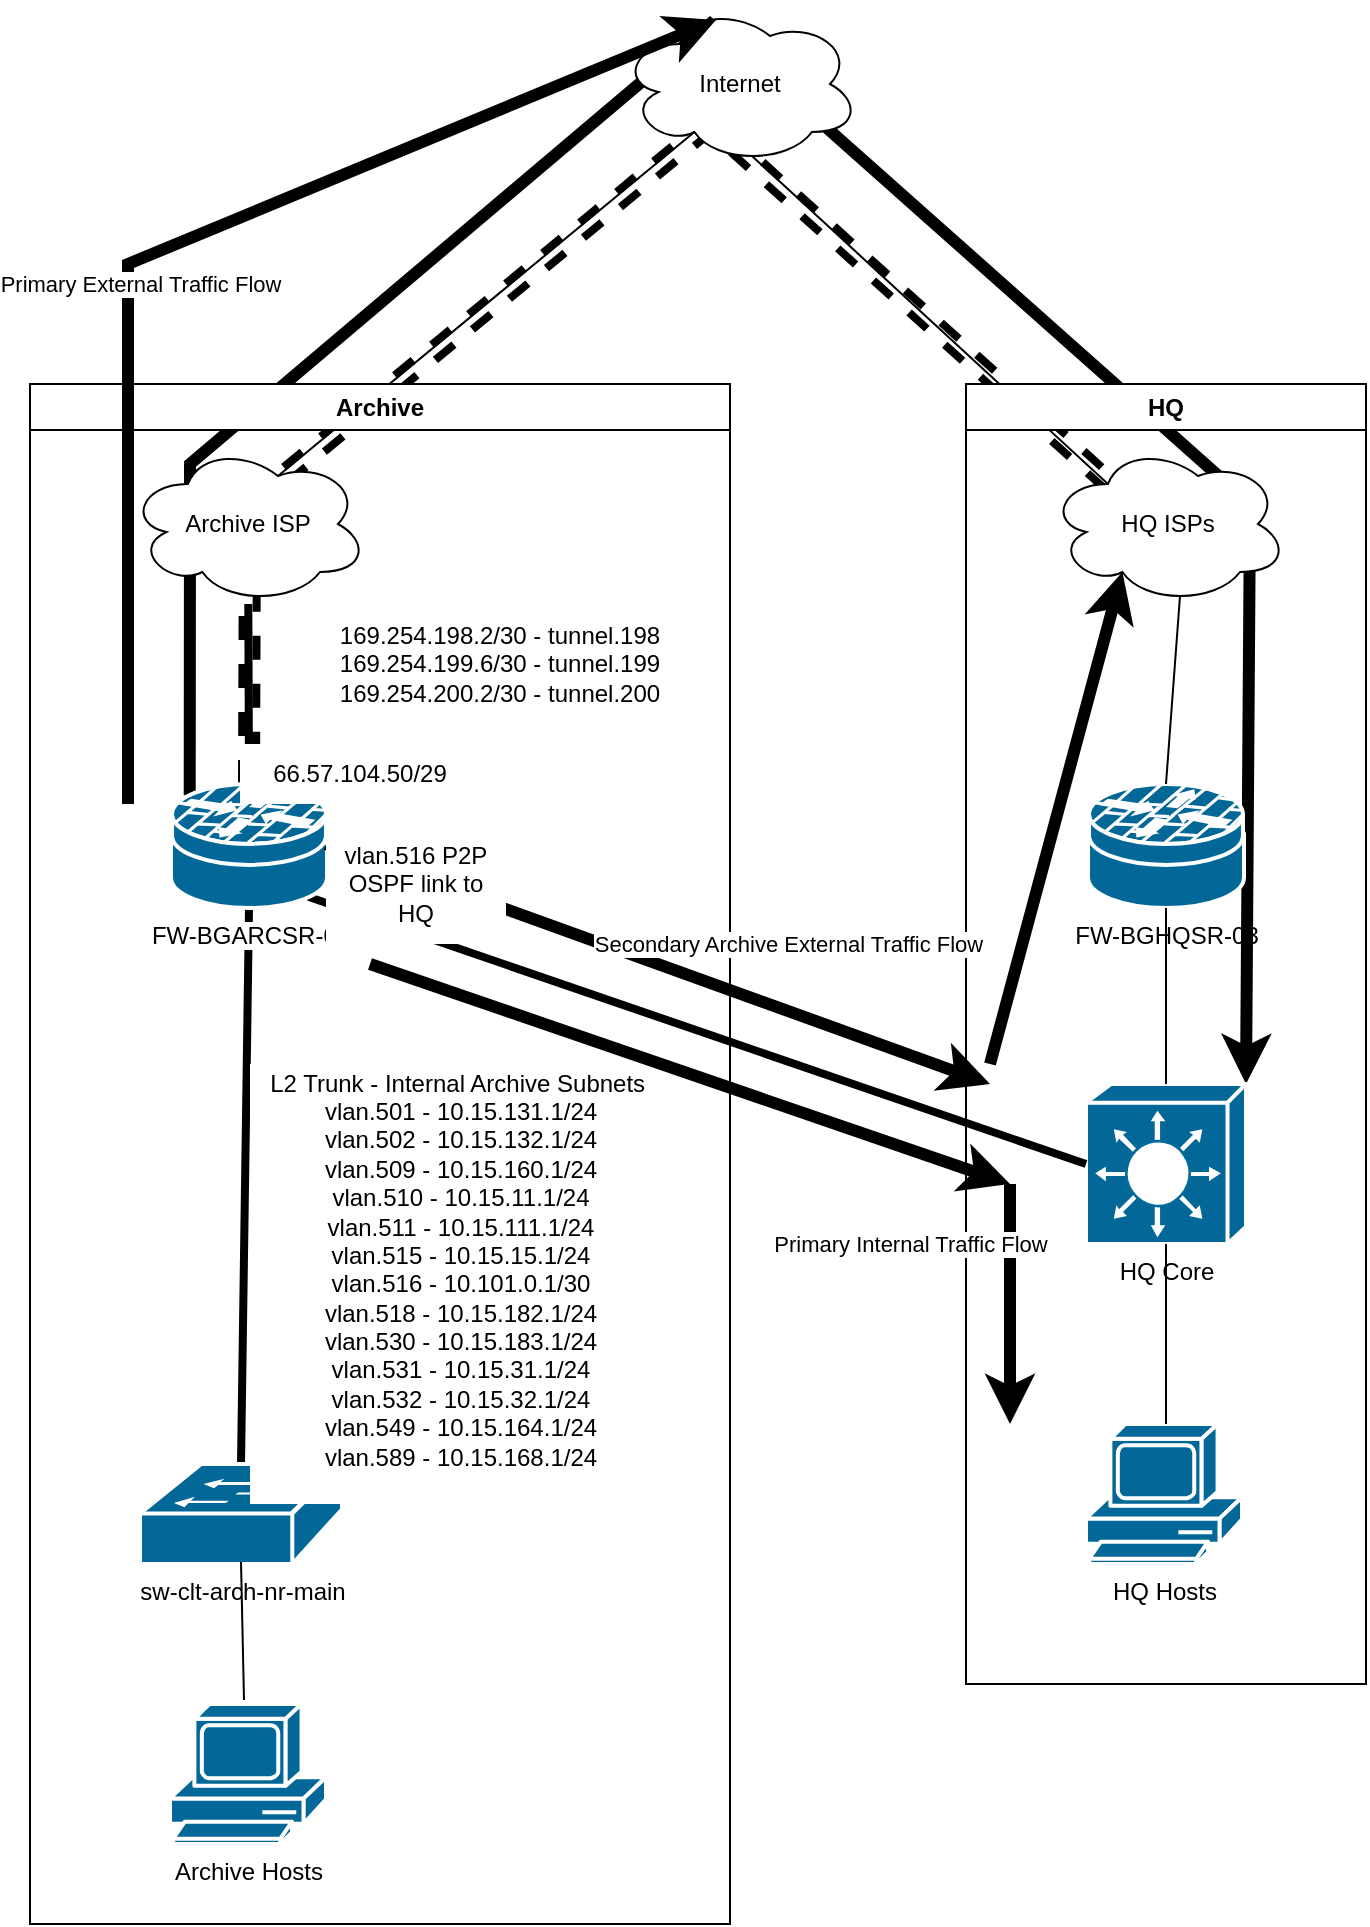
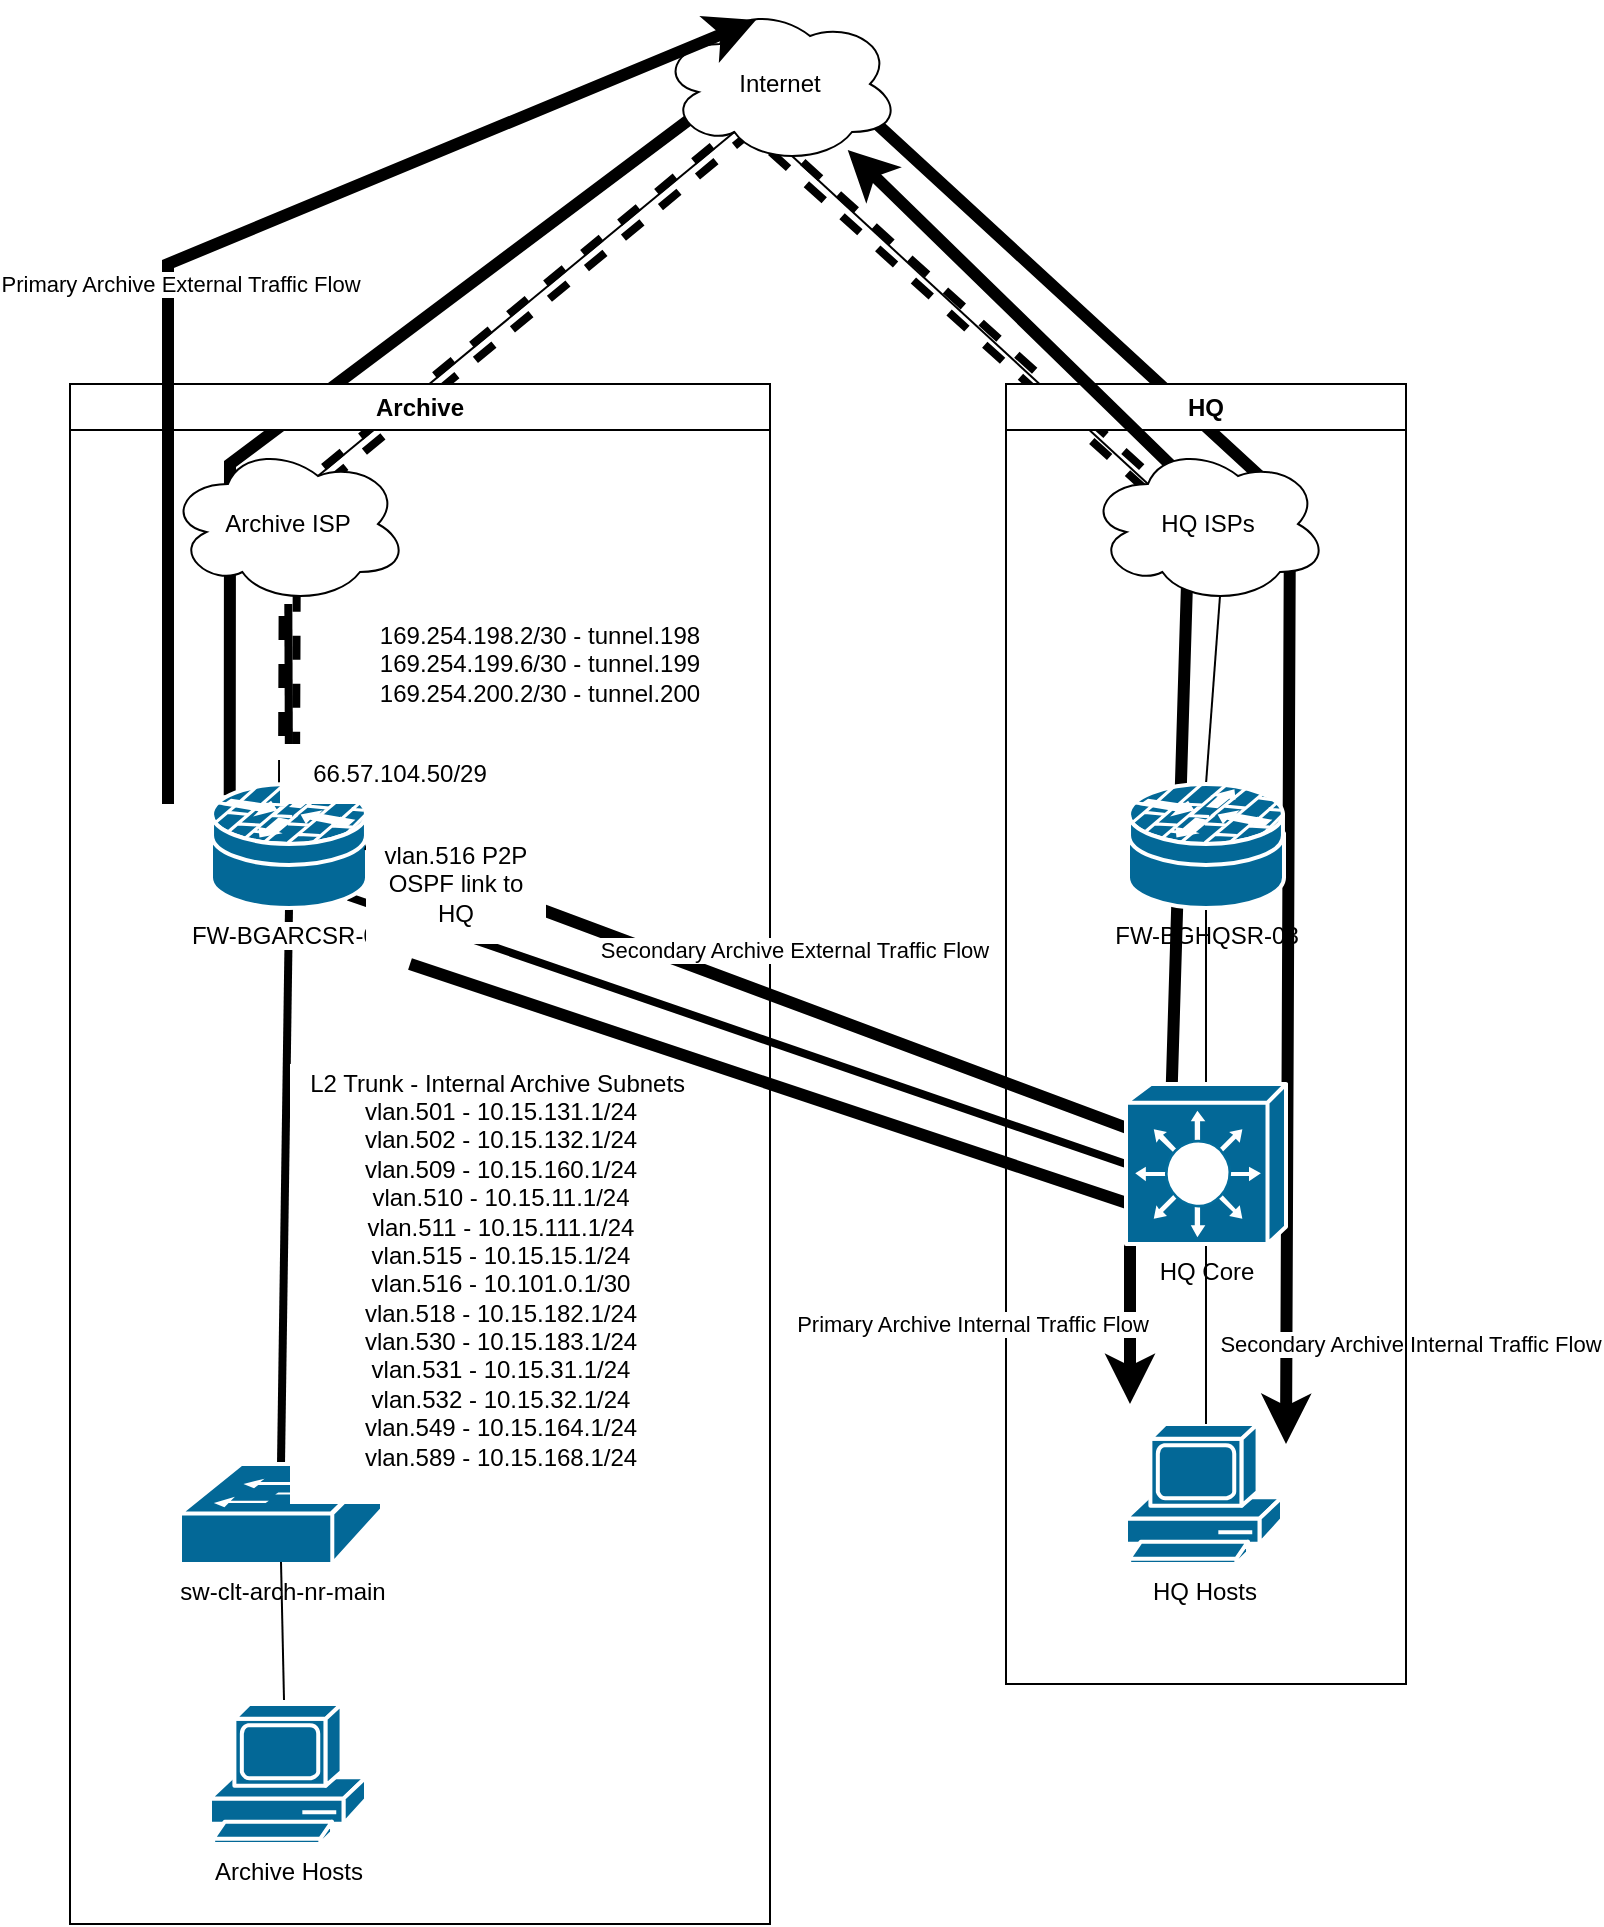
<mxfile host="app.diagrams.net">
  <diagram name="As-is" id="3v8Hhh0iNj7eJBUqvCCh">
    <mxGraphModel dx="1556" dy="810" grid="1" gridSize="10" guides="1" tooltips="1" connect="1" arrows="1" fold="1" page="1" pageScale="1" pageWidth="850" pageHeight="1100" math="0" shadow="0">
      <root>
        <mxCell id="0" />
        <mxCell id="1" parent="0" />
-         <mxCell id="VIvlA7C_3LFnily3UBdu-6" edge="1" parent="1" source="oA2cxR7Eq6LekVjzL2tZ-1" style="endArrow=classic;html=1;rounded=0;strokeColor=light-dark(#000000,#00FF00);strokeWidth=6;exitX=0.12;exitY=0.09;exitDx=0;exitDy=0;exitPerimeter=0;entryX=1;entryY=0;entryDx=0;entryDy=0;entryPerimeter=0;" target="oA2cxR7Eq6LekVjzL2tZ-3" value="">
+         <mxCell id="VIvlA7C_3LFnily3UBdu-6" edge="1" parent="1" source="oA2cxR7Eq6LekVjzL2tZ-1" style="endArrow=classic;html=1;rounded=0;strokeColor=light-dark(#000000,#00FF00);strokeWidth=6;exitX=0.12;exitY=0.09;exitDx=0;exitDy=0;exitPerimeter=0;" value="">
          <mxGeometry height="50" relative="1" width="50" as="geometry">
            <Array as="points">
              <mxPoint x="150" y="280" />
-               <mxPoint x="410" y="60" />
+               <mxPoint x="430" y="70" />
              <mxPoint x="680" y="300" />
            </Array>
            <mxPoint x="960" y="510" as="sourcePoint" />
-             <mxPoint x="1280" y="620" as="targetPoint" />
+             <mxPoint x="678" y="770" as="targetPoint" />
+           </mxGeometry>
+         </mxCell>
+         <mxCell id="VIvlA7C_3LFnily3UBdu-10" connectable="0" parent="VIvlA7C_3LFnily3UBdu-6" style="edgeLabel;html=1;align=center;verticalAlign=middle;resizable=0;points=[];" value="Secondary Archive Internal Traffic Flow" vertex="1">
+           <mxGeometry relative="1" x="0.4433" y="3" as="geometry">
+             <mxPoint x="57" y="319" as="offset" />
          </mxGeometry>
        </mxCell>
        <mxCell id="VIvlA7C_3LFnily3UBdu-4" edge="1" parent="1" source="oA2cxR7Eq6LekVjzL2tZ-4" style="endArrow=none;html=1;rounded=0;entryX=0.55;entryY=0.95;entryDx=0;entryDy=0;entryPerimeter=0;exitX=0.25;exitY=0.25;exitDx=0;exitDy=0;exitPerimeter=0;" target="VIvlA7C_3LFnily3UBdu-2" value="">
          <mxGeometry height="50" relative="1" width="50" as="geometry">
            <mxPoint x="420" y="388.5" as="sourcePoint" />
            <mxPoint x="420" y="220.5" as="targetPoint" />
          </mxGeometry>
        </mxCell>
        <mxCell id="oA2cxR7Eq6LekVjzL2tZ-27" edge="1" parent="1" source="oA2cxR7Eq6LekVjzL2tZ-1" style="endArrow=none;html=1;rounded=0;exitX=0.5;exitY=0;exitDx=0;exitDy=0;exitPerimeter=0;strokeWidth=4;shape=link;strokeColor=light-dark(#000000,#FF0000);dashed=1;" value="">
          <mxGeometry height="50" relative="1" width="50" as="geometry">
            <Array as="points">
              <mxPoint x="180" y="300" />
              <mxPoint x="410" y="110" />
              <mxPoint x="610" y="290" />
            </Array>
            <mxPoint x="430" y="678.5" as="sourcePoint" />
            <mxPoint x="610" y="290" as="targetPoint" />
          </mxGeometry>
-         </mxCell>
-         <mxCell id="oA2cxR7Eq6LekVjzL2tZ-2" parent="1" style="shape=mxgraph.cisco.security.router_firewall;sketch=0;html=1;pointerEvents=1;dashed=0;fillColor=#036897;strokeColor=#ffffff;strokeWidth=2;verticalLabelPosition=bottom;verticalAlign=top;align=center;outlineConnect=0;" value="FW-BGHQSR-03" vertex="1">
-           <mxGeometry height="62" width="78" x="599" y="440" as="geometry" />
-         </mxCell>
-         <mxCell id="oA2cxR7Eq6LekVjzL2tZ-3" parent="1" style="shape=mxgraph.cisco.switches.layer_3_switch;sketch=0;html=1;pointerEvents=1;dashed=0;fillColor=#036897;strokeColor=#ffffff;strokeWidth=2;verticalLabelPosition=bottom;verticalAlign=top;align=center;outlineConnect=0;" value="HQ Core" vertex="1">
-           <mxGeometry height="80" width="80" x="598" y="590" as="geometry" />
-         </mxCell>
-         <mxCell id="oA2cxR7Eq6LekVjzL2tZ-4" parent="1" style="ellipse;shape=cloud;whiteSpace=wrap;html=1;" value="HQ ISPs" vertex="1">
-           <mxGeometry height="80" width="120" x="579" y="270" as="geometry" />
        </mxCell>
        <mxCell id="oA2cxR7Eq6LekVjzL2tZ-8" edge="1" parent="1" source="oA2cxR7Eq6LekVjzL2tZ-1" style="endArrow=none;html=1;rounded=0;exitX=0.5;exitY=0;exitDx=0;exitDy=0;exitPerimeter=0;strokeWidth=4;" target="oA2cxR7Eq6LekVjzL2tZ-5" value="">
          <mxGeometry height="50" relative="1" width="50" as="geometry">
            <mxPoint x="430" y="568.5" as="sourcePoint" />
            <mxPoint x="430" y="400.5" as="targetPoint" />
          </mxGeometry>
        </mxCell>
        <mxCell id="oA2cxR7Eq6LekVjzL2tZ-9" edge="1" parent="1" source="oA2cxR7Eq6LekVjzL2tZ-7" style="endArrow=none;html=1;rounded=0;entryX=0.5;entryY=1;entryDx=0;entryDy=0;entryPerimeter=0;exitX=0.5;exitY=0;exitDx=0;exitDy=0;exitPerimeter=0;strokeWidth=4;" target="oA2cxR7Eq6LekVjzL2tZ-1" value="">
          <mxGeometry height="50" relative="1" width="50" as="geometry">
            <mxPoint x="430" y="568.5" as="sourcePoint" />
            <mxPoint x="430" y="400.5" as="targetPoint" />
          </mxGeometry>
        </mxCell>
        <mxCell id="oA2cxR7Eq6LekVjzL2tZ-13" edge="1" parent="1" source="oA2cxR7Eq6LekVjzL2tZ-3" style="endArrow=none;html=1;rounded=0;entryX=0.88;entryY=0.91;entryDx=0;entryDy=0;entryPerimeter=0;exitX=0;exitY=0.5;exitDx=0;exitDy=0;exitPerimeter=0;strokeWidth=4;" target="oA2cxR7Eq6LekVjzL2tZ-1" value="">
          <mxGeometry height="50" relative="1" width="50" as="geometry">
            <mxPoint x="430" y="668.5" as="sourcePoint" />
            <mxPoint x="430" y="500.5" as="targetPoint" />
          </mxGeometry>
        </mxCell>
        <mxCell id="oA2cxR7Eq6LekVjzL2tZ-15" parent="1" style="swimlane;whiteSpace=wrap;html=1;" value="HQ" vertex="1">
          <mxGeometry height="650" width="200" x="538" y="240" as="geometry" />
        </mxCell>
        <mxCell id="oA2cxR7Eq6LekVjzL2tZ-19" parent="oA2cxR7Eq6LekVjzL2tZ-15" style="shape=mxgraph.cisco.computers_and_peripherals.pc;html=1;pointerEvents=1;dashed=0;fillColor=#036897;strokeColor=#ffffff;strokeWidth=2;verticalLabelPosition=bottom;verticalAlign=top;align=center;outlineConnect=0;" value="HQ Hosts" vertex="1">
          <mxGeometry height="70" width="78" x="60" y="520" as="geometry" />
-         </mxCell>
-         <mxCell id="oA2cxR7Eq6LekVjzL2tZ-34" edge="1" parent="oA2cxR7Eq6LekVjzL2tZ-15" style="endArrow=classic;html=1;rounded=0;strokeColor=light-dark(#000000,#FFFF00);strokeWidth=6;entryX=0.31;entryY=0.8;entryDx=0;entryDy=0;entryPerimeter=0;" target="oA2cxR7Eq6LekVjzL2tZ-4" value="">
-           <mxGeometry height="50" relative="1" width="50" as="geometry">
-             <mxPoint x="12" y="340" as="sourcePoint" />
-             <mxPoint x="12" y="90" as="targetPoint" />
-           </mxGeometry>
-         </mxCell>
-         <mxCell id="oA2cxR7Eq6LekVjzL2tZ-41" edge="1" parent="oA2cxR7Eq6LekVjzL2tZ-15" style="endArrow=classic;html=1;rounded=0;strokeColor=light-dark(#000000,#66B2FF);strokeWidth=6;" value="">
-           <mxGeometry height="50" relative="1" width="50" as="geometry">
-             <mxPoint x="22" y="400" as="sourcePoint" />
-             <mxPoint x="22" y="520" as="targetPoint" />
-           </mxGeometry>
-         </mxCell>
-         <mxCell id="oA2cxR7Eq6LekVjzL2tZ-42" connectable="0" parent="oA2cxR7Eq6LekVjzL2tZ-41" style="edgeLabel;html=1;align=center;verticalAlign=middle;resizable=0;points=[];" value="Primary Internal Traffic Flow" vertex="1">
-           <mxGeometry relative="1" x="0.5333" y="-1" as="geometry">
-             <mxPoint x="-49" y="-62" as="offset" />
-           </mxGeometry>
        </mxCell>
        <mxCell id="oA2cxR7Eq6LekVjzL2tZ-16" edge="1" parent="1" source="oA2cxR7Eq6LekVjzL2tZ-2" style="endArrow=none;html=1;rounded=0;entryX=0.55;entryY=0.95;entryDx=0;entryDy=0;entryPerimeter=0;exitX=0.5;exitY=0;exitDx=0;exitDy=0;exitPerimeter=0;" target="oA2cxR7Eq6LekVjzL2tZ-4" value="">
          <mxGeometry height="50" relative="1" width="50" as="geometry">
            <mxPoint x="430" y="478.5" as="sourcePoint" />
            <mxPoint x="430" y="310.5" as="targetPoint" />
          </mxGeometry>
        </mxCell>
        <mxCell id="oA2cxR7Eq6LekVjzL2tZ-17" edge="1" parent="1" source="oA2cxR7Eq6LekVjzL2tZ-3" style="endArrow=none;html=1;rounded=0;entryX=0.5;entryY=1;entryDx=0;entryDy=0;entryPerimeter=0;exitX=0.5;exitY=0;exitDx=0;exitDy=0;exitPerimeter=0;" target="oA2cxR7Eq6LekVjzL2tZ-2" value="">
          <mxGeometry height="50" relative="1" width="50" as="geometry">
            <mxPoint x="400" y="520" as="sourcePoint" />
            <mxPoint x="450" y="470" as="targetPoint" />
          </mxGeometry>
        </mxCell>
        <mxCell id="oA2cxR7Eq6LekVjzL2tZ-18" edge="1" parent="1" source="oA2cxR7Eq6LekVjzL2tZ-3" style="endArrow=none;html=1;rounded=0;exitX=0.5;exitY=1;exitDx=0;exitDy=0;exitPerimeter=0;" value="">
          <mxGeometry height="50" relative="1" width="50" as="geometry">
            <mxPoint x="430" y="678.5" as="sourcePoint" />
            <mxPoint x="638" y="760" as="targetPoint" />
          </mxGeometry>
        </mxCell>
        <mxCell id="oA2cxR7Eq6LekVjzL2tZ-1" parent="1" style="shape=mxgraph.cisco.security.router_firewall;sketch=0;html=1;pointerEvents=1;dashed=0;fillColor=#036897;strokeColor=#ffffff;strokeWidth=2;verticalLabelPosition=bottom;verticalAlign=top;align=center;outlineConnect=0;" value="&lt;span style=&quot;background-color: light-dark(#ffffff, var(--ge-dark-color, #121212));&quot;&gt;FW-BGARCSR-01&lt;/span&gt;" vertex="1">
          <mxGeometry height="62" width="78" x="140.50000000000006" y="440" as="geometry" />
        </mxCell>
        <mxCell id="VIvlA7C_3LFnily3UBdu-2" parent="1" style="ellipse;shape=cloud;whiteSpace=wrap;html=1;" value="Internet" vertex="1">
          <mxGeometry height="80" width="120" x="365" y="50" as="geometry" />
        </mxCell>
        <mxCell id="VIvlA7C_3LFnily3UBdu-3" edge="1" parent="1" source="oA2cxR7Eq6LekVjzL2tZ-5" style="endArrow=none;html=1;rounded=0;entryX=0.31;entryY=0.8;entryDx=0;entryDy=0;entryPerimeter=0;exitX=0.625;exitY=0.2;exitDx=0;exitDy=0;exitPerimeter=0;" target="VIvlA7C_3LFnily3UBdu-2" value="">
          <mxGeometry height="50" relative="1" width="50" as="geometry">
            <mxPoint x="400" y="330" as="sourcePoint" />
            <mxPoint x="450" y="280" as="targetPoint" />
          </mxGeometry>
        </mxCell>
        <mxCell id="oA2cxR7Eq6LekVjzL2tZ-5" parent="1" style="ellipse;shape=cloud;whiteSpace=wrap;html=1;" value="Archive ISP" vertex="1">
          <mxGeometry height="80" width="120" x="119" y="270" as="geometry" />
        </mxCell>
        <mxCell id="oA2cxR7Eq6LekVjzL2tZ-14" parent="1" style="swimlane;whiteSpace=wrap;html=1;labelBackgroundColor=default;" value="Archive" vertex="1">
          <mxGeometry height="770" width="350" x="70" y="240" as="geometry" />
        </mxCell>
+         <mxCell id="oA2cxR7Eq6LekVjzL2tZ-22" edge="1" parent="oA2cxR7Eq6LekVjzL2tZ-14" style="endArrow=classic;html=1;rounded=0;strokeColor=light-dark(#000000,#FFFF00);strokeWidth=6;" target="VIvlA7C_3LFnily3UBdu-2" value="">
+           <mxGeometry height="50" relative="1" width="50" as="geometry">
+             <Array as="points">
+               <mxPoint x="550" y="380" />
+               <mxPoint x="560" y="50" />
+             </Array>
+             <mxPoint x="148" y="230" as="sourcePoint" />
+             <mxPoint x="400" y="-100" as="targetPoint" />
+           </mxGeometry>
+         </mxCell>
+         <mxCell id="oA2cxR7Eq6LekVjzL2tZ-23" connectable="0" parent="oA2cxR7Eq6LekVjzL2tZ-22" style="edgeLabel;html=1;align=center;verticalAlign=middle;resizable=0;points=[];" value="Secondary Archive External Traffic Flow" vertex="1">
+           <mxGeometry relative="1" x="0.5333" y="-1" as="geometry">
+             <mxPoint x="-194" y="238" as="offset" />
+           </mxGeometry>
+         </mxCell>
        <mxCell id="oA2cxR7Eq6LekVjzL2tZ-7" parent="oA2cxR7Eq6LekVjzL2tZ-14" style="shape=mxgraph.cisco.switches.workgroup_switch;sketch=0;html=1;pointerEvents=1;dashed=0;fillColor=#036897;strokeColor=#ffffff;strokeWidth=2;verticalLabelPosition=bottom;verticalAlign=top;align=center;outlineConnect=0;" value="sw-clt-arch-nr-main" vertex="1">
          <mxGeometry height="50" width="101" x="55.00000000000006" y="540" as="geometry" />
        </mxCell>
        <mxCell id="oA2cxR7Eq6LekVjzL2tZ-26" parent="oA2cxR7Eq6LekVjzL2tZ-14" style="text;html=1;whiteSpace=wrap;strokeColor=none;fillColor=default;align=center;verticalAlign=middle;rounded=0;" value="L2 Trunk - Internal Archive Subnets&amp;nbsp;&lt;div&gt;vlan.501 - 10.15.131.1/24&lt;/div&gt;&lt;div&gt;vlan.502 - 10.15.132.1/24&lt;/div&gt;&lt;div&gt;vlan.509 - 10.15.160.1/24&lt;/div&gt;&lt;div&gt;vlan.510 - 10.15.11.1/24&lt;/div&gt;&lt;div&gt;vlan.511 - 10.15.111.1/24&lt;/div&gt;&lt;div&gt;vlan.515 - 10.15.15.1/24&lt;/div&gt;&lt;div&gt;vlan.516 - 10.101.0.1/30&lt;/div&gt;&lt;div&gt;vlan.518 - 10.15.182.1/24&lt;/div&gt;&lt;div&gt;vlan.530 - 10.15.183.1/24&lt;/div&gt;&lt;div&gt;vlan.531 - 10.15.31.1/24&lt;/div&gt;&lt;div&gt;vlan.532 - 10.15.32.1/24&lt;/div&gt;&lt;div&gt;vlan.549 - 10.15.164.1/24&lt;/div&gt;&lt;div&gt;vlan.589 - 10.15.168.1/24&lt;/div&gt;&lt;div&gt;&lt;br&gt;&lt;/div&gt;" vertex="1">
          <mxGeometry height="220" width="211" x="110" y="340" as="geometry" />
        </mxCell>
        <mxCell id="oA2cxR7Eq6LekVjzL2tZ-29" parent="oA2cxR7Eq6LekVjzL2tZ-14" style="text;html=1;whiteSpace=wrap;strokeColor=none;fillColor=none;align=center;verticalAlign=middle;rounded=0;" value="169.254.198.2/30 - tunnel.198&lt;div&gt;169.254.199.6/30 - tunnel.199&lt;/div&gt;&lt;div&gt;169.254.200.2/30 - tunnel.200&lt;/div&gt;" vertex="1">
          <mxGeometry height="60" width="210" x="130" y="110" as="geometry" />
        </mxCell>
        <mxCell id="oA2cxR7Eq6LekVjzL2tZ-11" edge="1" parent="oA2cxR7Eq6LekVjzL2tZ-14" style="endArrow=none;html=1;rounded=0;exitX=0.4;exitY=0.1;exitDx=0;exitDy=0;exitPerimeter=0;entryX=0.5;entryY=0.98;entryDx=0;entryDy=0;entryPerimeter=0;" target="oA2cxR7Eq6LekVjzL2tZ-7" value="">
          <mxGeometry height="50" relative="1" width="50" as="geometry">
            <mxPoint x="107" y="658" as="sourcePoint" />
            <mxPoint x="380" y="460" as="targetPoint" />
          </mxGeometry>
        </mxCell>
        <mxCell id="oA2cxR7Eq6LekVjzL2tZ-12" parent="oA2cxR7Eq6LekVjzL2tZ-14" style="shape=mxgraph.cisco.computers_and_peripherals.pc;html=1;pointerEvents=1;dashed=0;fillColor=#036897;strokeColor=#ffffff;strokeWidth=2;verticalLabelPosition=bottom;verticalAlign=top;align=center;outlineConnect=0;" value="Archive Hosts&lt;div&gt;&lt;br&gt;&lt;/div&gt;" vertex="1">
          <mxGeometry height="70" width="78" x="70" y="660" as="geometry" />
        </mxCell>
-         <mxCell id="oA2cxR7Eq6LekVjzL2tZ-22" edge="1" parent="oA2cxR7Eq6LekVjzL2tZ-14" style="endArrow=classic;html=1;rounded=0;strokeColor=light-dark(#000000,#FFFF00);strokeWidth=6;" value="">
+         <mxCell id="oA2cxR7Eq6LekVjzL2tZ-38" edge="1" parent="oA2cxR7Eq6LekVjzL2tZ-14" style="endArrow=classic;html=1;rounded=0;strokeColor=light-dark(#000000,#66B2FF);strokeWidth=6;" value="">
          <mxGeometry height="50" relative="1" width="50" as="geometry">
-             <mxPoint x="148" y="230" as="sourcePoint" />
-             <mxPoint x="480" y="350" as="targetPoint" />
+             <Array as="points">
+               <mxPoint x="530" y="410" />
+             </Array>
+             <mxPoint x="170" y="290" as="sourcePoint" />
+             <mxPoint x="530" y="510" as="targetPoint" />
          </mxGeometry>
        </mxCell>
-         <mxCell id="oA2cxR7Eq6LekVjzL2tZ-23" connectable="0" parent="oA2cxR7Eq6LekVjzL2tZ-22" style="edgeLabel;html=1;align=center;verticalAlign=middle;resizable=0;points=[];" value="Secondary Archive External Traffic Flow" vertex="1">
-           <mxGeometry relative="1" x="0.5333" y="-1" as="geometry">
-             <mxPoint x="-23" y="-43" as="offset" />
-           </mxGeometry>
-         </mxCell>
-         <mxCell id="oA2cxR7Eq6LekVjzL2tZ-38" edge="1" parent="oA2cxR7Eq6LekVjzL2tZ-14" style="endArrow=classic;html=1;rounded=0;strokeColor=light-dark(#000000,#66B2FF);strokeWidth=6;" value="">
-           <mxGeometry height="50" relative="1" width="50" as="geometry">
-             <mxPoint x="170" y="290" as="sourcePoint" />
-             <mxPoint x="490" y="400" as="targetPoint" />
+         <mxCell id="VIvlA7C_3LFnily3UBdu-7" connectable="0" parent="oA2cxR7Eq6LekVjzL2tZ-38" style="edgeLabel;html=1;align=center;verticalAlign=middle;resizable=0;points=[];" value="Primary Archive Internal Traffic Flow" vertex="1">
+           <mxGeometry relative="1" x="-0.0388" as="geometry">
+             <mxPoint x="62" y="107" as="offset" />
          </mxGeometry>
        </mxCell>
        <mxCell id="oA2cxR7Eq6LekVjzL2tZ-33" parent="oA2cxR7Eq6LekVjzL2tZ-14" style="text;html=1;whiteSpace=wrap;strokeColor=none;fillColor=default;align=center;verticalAlign=middle;rounded=0;" value="vlan.516 P2P OSPF link to HQ" vertex="1">
          <mxGeometry height="60" width="90" x="148" y="220" as="geometry" />
        </mxCell>
        <mxCell id="oA2cxR7Eq6LekVjzL2tZ-32" parent="oA2cxR7Eq6LekVjzL2tZ-14" style="text;html=1;align=center;verticalAlign=middle;whiteSpace=wrap;rounded=0;labelBackgroundColor=default;fillColor=default;" value="66.57.104.50/29" vertex="1">
          <mxGeometry height="30" width="120" x="105" y="180" as="geometry" />
        </mxCell>
        <mxCell id="oA2cxR7Eq6LekVjzL2tZ-20" edge="1" parent="1" style="endArrow=classic;html=1;rounded=0;strokeColor=light-dark(#000000,#FF8000);strokeWidth=6;entryX=0.4;entryY=0.1;entryDx=0;entryDy=0;entryPerimeter=0;" target="VIvlA7C_3LFnily3UBdu-2" value="">
          <mxGeometry height="50" relative="1" width="50" as="geometry">
            <Array as="points">
              <mxPoint x="119" y="180" />
            </Array>
            <mxPoint x="119" y="450" as="sourcePoint" />
            <mxPoint x="119" y="110" as="targetPoint" />
          </mxGeometry>
        </mxCell>
-         <mxCell id="oA2cxR7Eq6LekVjzL2tZ-21" connectable="0" parent="oA2cxR7Eq6LekVjzL2tZ-20" style="edgeLabel;html=1;align=center;verticalAlign=middle;resizable=0;points=[];" value="Primary External Traffic Flow" vertex="1">
+         <mxCell id="oA2cxR7Eq6LekVjzL2tZ-21" connectable="0" parent="oA2cxR7Eq6LekVjzL2tZ-20" style="edgeLabel;html=1;align=center;verticalAlign=middle;resizable=0;points=[];" value="Primary Archive External Traffic Flow" vertex="1">
          <mxGeometry relative="1" x="0.5333" y="-1" as="geometry">
            <mxPoint x="-162" y="78" as="offset" />
          </mxGeometry>
+         </mxCell>
+         <mxCell id="oA2cxR7Eq6LekVjzL2tZ-4" parent="1" style="ellipse;shape=cloud;whiteSpace=wrap;html=1;" value="HQ ISPs" vertex="1">
+           <mxGeometry height="80" width="120" x="579" y="270" as="geometry" />
+         </mxCell>
+         <mxCell id="oA2cxR7Eq6LekVjzL2tZ-2" parent="1" style="shape=mxgraph.cisco.security.router_firewall;sketch=0;html=1;pointerEvents=1;dashed=0;fillColor=#036897;strokeColor=#ffffff;strokeWidth=2;verticalLabelPosition=bottom;verticalAlign=top;align=center;outlineConnect=0;" value="FW-BGHQSR-03" vertex="1">
+           <mxGeometry height="62" width="78" x="599" y="440" as="geometry" />
+         </mxCell>
+         <mxCell id="oA2cxR7Eq6LekVjzL2tZ-3" parent="1" style="shape=mxgraph.cisco.switches.layer_3_switch;sketch=0;html=1;pointerEvents=1;dashed=0;fillColor=#036897;strokeColor=#ffffff;strokeWidth=2;verticalLabelPosition=bottom;verticalAlign=top;align=center;outlineConnect=0;" value="HQ Core" vertex="1">
+           <mxGeometry height="80" width="80" x="598" y="590" as="geometry" />
        </mxCell>
      </root>
    </mxGraphModel>
  </diagram>
</mxfile>
